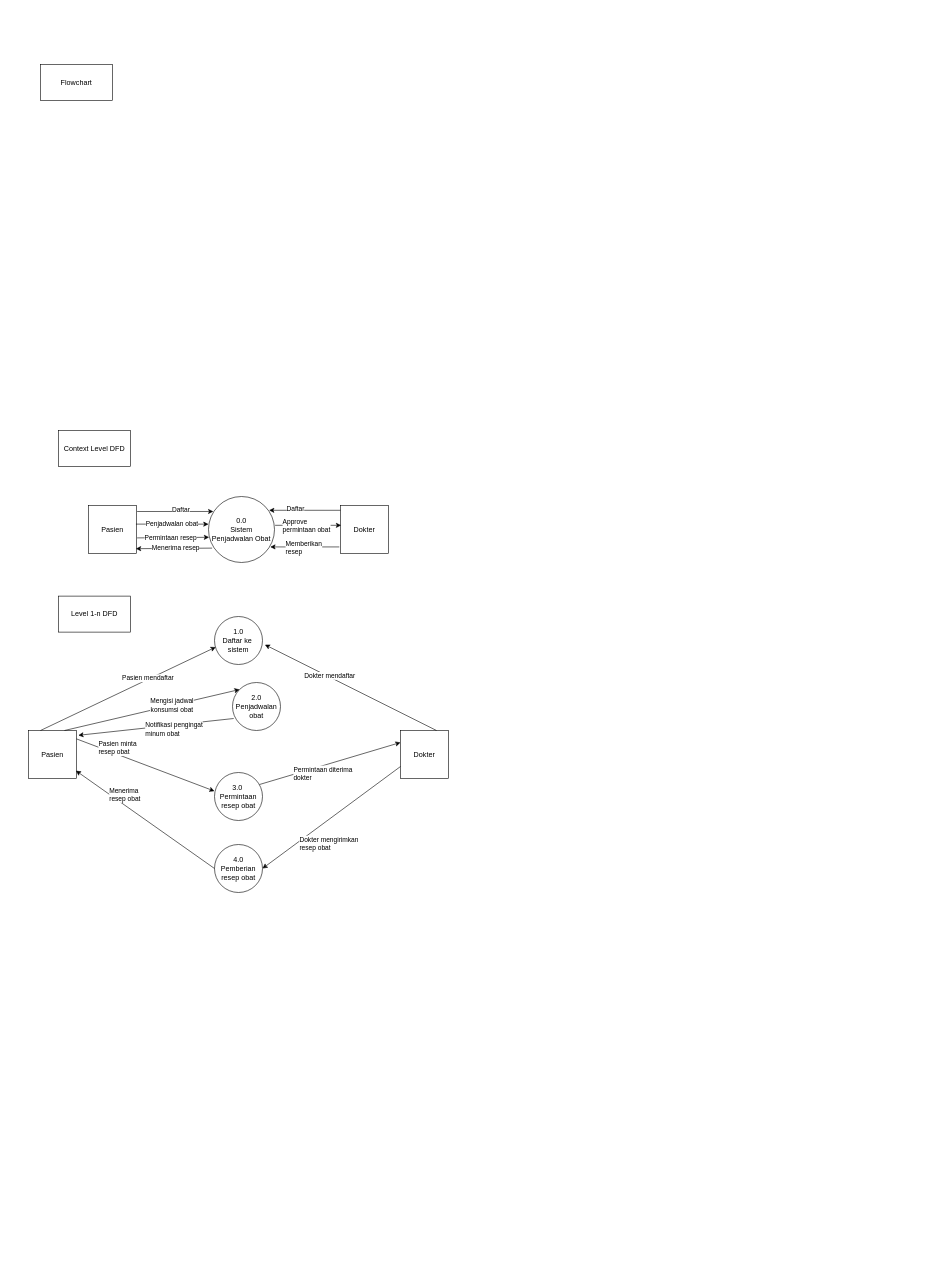
Above: page "Flowchart" (1 of 2) of Flowchart.drawio in WidadAbida/Praktikum-PPL (draw.io), before the change. Source tidied: cells renumbered, new cells numbered last; positions are measured from the earlier drawing's top-left corner, leaving out a move shared by most shapes. Both pictures are drawn from the tidied source at 60%, with x=0, y=0 at pixel (28, 64).
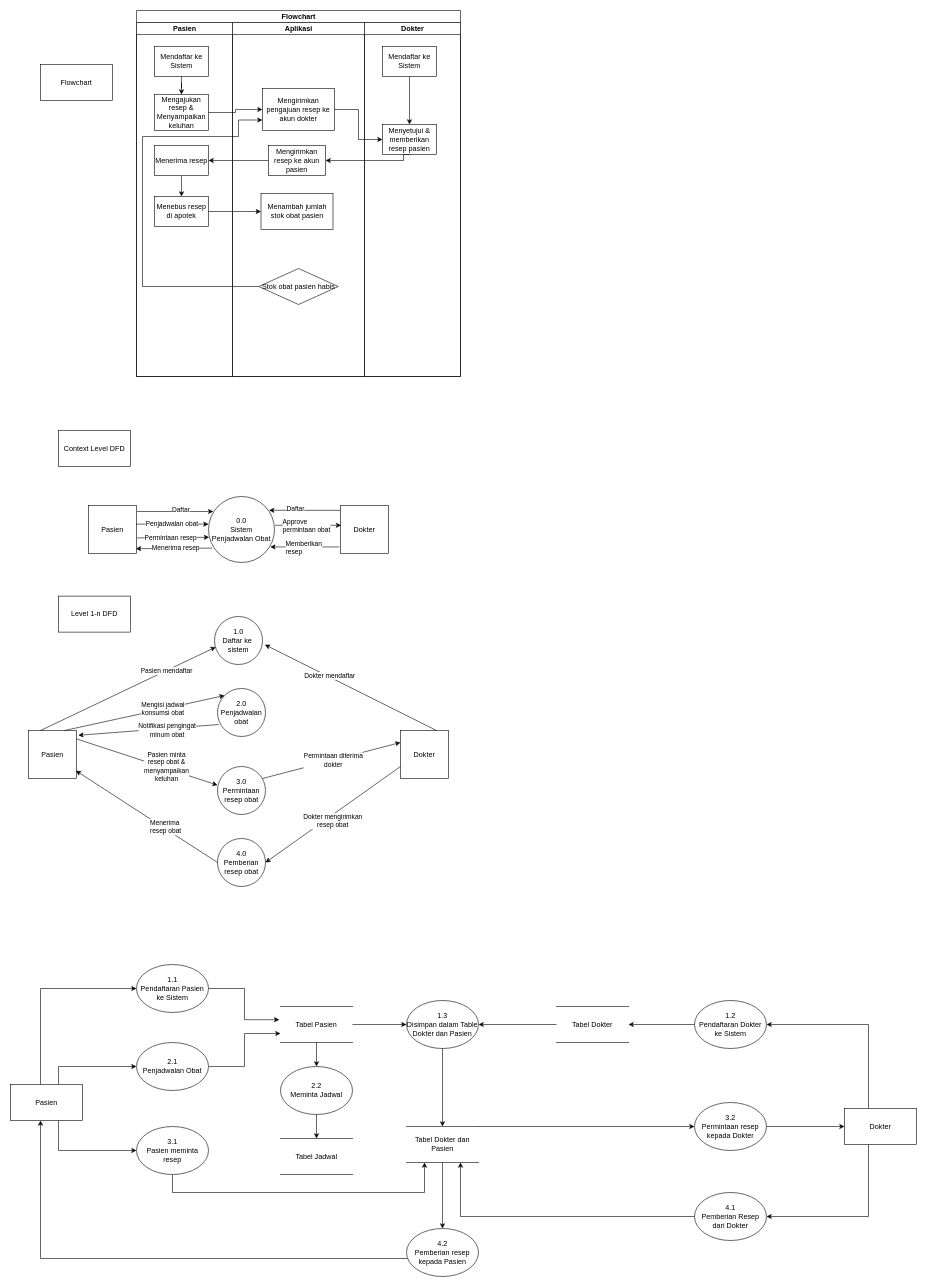
Above is the later version.

The change refers to these unchanged cells:
```xml
<mxCell id="23" style="endArrow=classic;html=1;exitX=1;exitY=0.175;exitDx=0;exitDy=0;exitPerimeter=0;entryX=0;entryY=0.388;entryDx=0;entryDy=0;entryPerimeter=0;" parent="1" edge="1" source="20" target="21">
  <mxGeometry relative="1" as="geometry" />
</mxCell>
<mxCell id="25" style="endArrow=classic;html=1;exitX=0.938;exitY=0.25;exitDx=0;exitDy=0;exitPerimeter=0;entryX=0;entryY=0.25;entryDx=0;entryDy=0;" parent="1" edge="1" source="21" target="22">
  <mxGeometry relative="1" as="geometry" />
</mxCell>
<mxCell id="28" style="endArrow=classic;html=1;exitX=0;exitY=0.75;exitDx=0;exitDy=0;entryX=1;entryY=0.5;entryDx=0;entryDy=0;" parent="1" edge="1" source="22" target="27">
  <mxGeometry relative="1" as="geometry" />
</mxCell>
<mxCell id="30" style="endArrow=classic;html=1;exitX=0;exitY=0.5;exitDx=0;exitDy=0;entryX=0.988;entryY=0.838;entryDx=0;entryDy=0;entryPerimeter=0;" parent="1" edge="1" source="27" target="20">
  <mxGeometry relative="1" as="geometry" />
</mxCell>
<mxCell id="33" style="endArrow=classic;html=1;exitX=0.25;exitY=0;exitDx=0;exitDy=0;entryX=0.025;entryY=0.638;entryDx=0;entryDy=0;entryPerimeter=0;" parent="1" edge="1" source="20" target="32">
  <mxGeometry relative="1" as="geometry" />
</mxCell>
<mxCell id="40" style="endArrow=classic;html=1;exitX=0.025;exitY=0.75;exitDx=0;exitDy=0;exitPerimeter=0;entryX=1.038;entryY=0.1;entryDx=0;entryDy=0;entryPerimeter=0;" parent="1" edge="1" source="37" target="20">
  <mxGeometry relative="1" as="geometry" />
</mxCell>
```

Diff of the diagram source:
```diff
@@
-    <mxCell id="21" value="3.0&amp;nbsp;&lt;br&gt;Permintaan&lt;br&gt;resep obat" style="ellipse;whiteSpace=wrap;html=1;align=center;" parent="1" vertex="1">
-      <mxGeometry x="310" y="1180" width="80" height="80" as="geometry" />
+    <mxCell id="21" value="3.0&lt;br&gt;Permintaan&lt;br&gt;resep obat" style="ellipse;whiteSpace=wrap;html=1;align=center;" parent="1" vertex="1">
+      <mxGeometry x="315" y="1170" width="80" height="80" as="geometry" />
     </mxCell>
@@
-    <mxCell id="24" value="Pasien minta&lt;br&gt;resep obat" style="edgeLabel;html=1;align=left;verticalAlign=middle;" parent="23" vertex="1">
-      <mxGeometry x="-0.69" y="-1" relative="1" as="geometry" />
+    <mxCell id="24" value="Pasien minta&lt;br&gt;resep obat &amp;amp;&lt;br&gt;menyampaikan&lt;br&gt;keluhan" style="edgeLabel;html=1;align=center;verticalAlign=middle;" parent="23" vertex="1">
+      <mxGeometry x="-0.69" y="-1" relative="1" as="geometry">
+        <mxPoint x="113.9" y="33.1" as="offset" />
+      </mxGeometry>
     </mxCell>
@@
-    <mxCell id="26" value="Permintaan diterima&lt;br&gt;dokter" style="edgeLabel;html=1;align=left;verticalAlign=middle;" parent="25" vertex="1">
-      <mxGeometry x="-0.53" y="2" relative="1" as="geometry" />
+    <mxCell id="26" value="Permintaan diterima&lt;br&gt;dokter" style="edgeLabel;html=1;align=center;verticalAlign=middle;" parent="25" vertex="1">
+      <mxGeometry x="-0.53" y="2" relative="1" as="geometry">
+        <mxPoint x="63.9" y="-14" as="offset" />
+      </mxGeometry>
     </mxCell>
     <mxCell id="27" value="4.0&lt;br&gt;Pemberian&lt;br&gt;resep obat" style="ellipse;whiteSpace=wrap;html=1;align=center;" parent="1" vertex="1">
-      <mxGeometry x="310" y="1300" width="80" height="80" as="geometry" />
+      <mxGeometry x="315" y="1290" width="80" height="80" as="geometry" />
     </mxCell>
@@
-    <mxCell id="29" value="Dokter mengirimkan&lt;br&gt;resep obat" style="edgeLabel;html=1;align=left;verticalAlign=middle;" parent="28" vertex="1">
-      <mxGeometry x="0.49" y="2" relative="1" as="geometry" />
+    <mxCell id="29" value="Dokter mengirimkan&lt;br&gt;resep obat" style="edgeLabel;html=1;align=center;verticalAlign=middle;" parent="28" vertex="1">
+      <mxGeometry x="0.49" y="2" relative="1" as="geometry">
+        <mxPoint x="53.4" y="-30.4" as="offset" />
+      </mxGeometry>
     </mxCell>
@@
     <mxCell id="31" value="Menerima&amp;nbsp;&lt;br&gt;resep obat" style="edgeLabel;html=1;align=left;verticalAlign=middle;" parent="30" vertex="1">
-      <mxGeometry x="0.53" y="1" relative="1" as="geometry" />
+      <mxGeometry x="0.53" y="1" relative="1" as="geometry">
+        <mxPoint x="66.7" y="56.6" as="offset" />
+      </mxGeometry>
     </mxCell>
@@
     <mxCell id="34" value="Pasien mendaftar" style="edgeLabel;html=1;align=center;verticalAlign=middle;" parent="33" vertex="1">
-      <mxGeometry x="0.23" y="2" relative="1" as="geometry" />
+      <mxGeometry x="0.23" y="2" relative="1" as="geometry">
+        <mxPoint x="31" y="-12.6" as="offset" />
+      </mxGeometry>
     </mxCell>
@@
     <mxCell id="37" value="2.0&lt;br&gt;Penjadwalan&lt;br&gt;obat" style="ellipse;whiteSpace=wrap;html=1;align=center;" parent="1" vertex="1">
-      <mxGeometry x="340" y="1030" width="80" height="80" as="geometry" />
+      <mxGeometry x="315" y="1040" width="80" height="80" as="geometry" />
     </mxCell>
@@
-    <mxCell id="41" value="Notifikasi pengingat&lt;br&gt;minum obat" style="edgeLabel;html=1;align=left;verticalAlign=middle;" parent="40" vertex="1">
-      <mxGeometry x="0.15" y="1" relative="1" as="geometry" />
+    <mxCell id="41" value="Notifikasi pengingat&lt;br&gt;minum obat" style="edgeLabel;html=1;align=center;verticalAlign=middle;" parent="40" vertex="1">
+      <mxGeometry x="0.15" y="1" relative="1" as="geometry">
+        <mxPoint x="48.4" y="-1.4" as="offset" />
+      </mxGeometry>
     </mxCell>
@@
+    <mxCell id="43" style="edgeStyle=orthogonalEdgeStyle;rounded=0;jettySize=auto;html=1;" parent="1" edge="1" source="46" target="48">
+      <mxGeometry relative="1" as="geometry">
+        <Array as="points">
+          <mxPoint x="20" y="1540" />
+        </Array>
+      </mxGeometry>
+    </mxCell>
+    <mxCell id="44" style="edgeStyle=orthogonalEdgeStyle;rounded=0;jettySize=auto;html=1;" parent="1" edge="1" source="46" target="53">
+      <mxGeometry relative="1" as="geometry">
+        <Array as="points">
+          <mxPoint x="50" y="1670" />
+        </Array>
+      </mxGeometry>
+    </mxCell>
+    <mxCell id="45" style="edgeStyle=orthogonalEdgeStyle;rounded=0;jettySize=auto;html=1;" parent="1" edge="1" source="46" target="70">
+      <mxGeometry relative="1" as="geometry">
+        <Array as="points">
+          <mxPoint x="50" y="1810" />
+        </Array>
+      </mxGeometry>
+    </mxCell>
+    <mxCell id="46" value="Pasien" style="whiteSpace=wrap;html=1;" parent="1" vertex="1">
+      <mxGeometry x="-30" y="1700" width="120" height="60" as="geometry" />
+    </mxCell>
+    <mxCell id="47" style="edgeStyle=orthogonalEdgeStyle;rounded=0;jettySize=auto;html=1;entryX=-0.017;entryY=0.367;entryDx=0;entryDy=0;entryPerimeter=0;" parent="1" edge="1" source="48" target="51">
+      <mxGeometry relative="1" as="geometry" />
+    </mxCell>
+    <mxCell id="48" value="1.1&lt;br&gt;Pendaftaran Pasien ke Sistem" style="ellipse;whiteSpace=wrap;html=1;" parent="1" vertex="1">
+      <mxGeometry x="180" y="1500" width="120" height="80" as="geometry" />
+    </mxCell>
+    <mxCell id="49" style="edgeStyle=orthogonalEdgeStyle;rounded=0;jettySize=auto;html=1;" parent="1" edge="1" source="51" target="55">
+      <mxGeometry relative="1" as="geometry">
+        <Array as="points">
+          <mxPoint x="480" y="1650" />
+          <mxPoint x="480" y="1650" />
+        </Array>
+      </mxGeometry>
+    </mxCell>
+    <mxCell id="50" style="edgeStyle=orthogonalEdgeStyle;rounded=0;jettySize=auto;html=1;" parent="1" edge="1" source="51" target="74">
+      <mxGeometry relative="1" as="geometry" />
+    </mxCell>
+    <mxCell id="51" value="Tabel Pasien" style="shape=partialRectangle;whiteSpace=wrap;html=1;left=0;right=0;fillColor=none;" parent="1" vertex="1">
+      <mxGeometry x="420" y="1570" width="120" height="60" as="geometry" />
+    </mxCell>
+    <mxCell id="52" style="edgeStyle=orthogonalEdgeStyle;rounded=0;jettySize=auto;html=1;entryX=0;entryY=0.75;entryDx=0;entryDy=0;" parent="1" edge="1" source="53" target="51">
+      <mxGeometry relative="1" as="geometry" />
+    </mxCell>
+    <mxCell id="53" value="2.1&lt;br&gt;Penjadwalan Obat" style="ellipse;whiteSpace=wrap;html=1;" parent="1" vertex="1">
+      <mxGeometry x="180" y="1630" width="120" height="80" as="geometry" />
+    </mxCell>
+    <mxCell id="54" style="edgeStyle=orthogonalEdgeStyle;rounded=0;jettySize=auto;html=1;" parent="1" edge="1" source="55" target="56">
+      <mxGeometry relative="1" as="geometry" />
+    </mxCell>
+    <mxCell id="55" value="2.2&lt;br&gt;Meminta Jadwal" style="ellipse;whiteSpace=wrap;html=1;fillColor=none;" parent="1" vertex="1">
+      <mxGeometry x="420" y="1670" width="120" height="80" as="geometry" />
+    </mxCell>
+    <mxCell id="56" value="Tabel Jadwal" style="shape=partialRectangle;whiteSpace=wrap;html=1;left=0;right=0;fillColor=none;" parent="1" vertex="1">
+      <mxGeometry x="420" y="1790" width="120" height="60" as="geometry" />
+    </mxCell>
+    <mxCell id="57" style="edgeStyle=orthogonalEdgeStyle;rounded=0;jettySize=auto;html=1;" parent="1" edge="1" source="58">
+      <mxGeometry relative="1" as="geometry">
+        <mxPoint x="20" y="1760" as="targetPoint" />
+        <Array as="points">
+          <mxPoint x="20" y="1990" />
+          <mxPoint x="20" y="1760" />
+        </Array>
+      </mxGeometry>
+    </mxCell>
+    <mxCell id="58" value="4.2&lt;br&gt;Pemberian resep kepada Pasien" style="ellipse;whiteSpace=wrap;html=1;" parent="1" vertex="1">
+      <mxGeometry x="630" y="1940" width="120" height="80" as="geometry" />
+    </mxCell>
+    <mxCell id="59" style="edgeStyle=orthogonalEdgeStyle;rounded=0;jettySize=auto;html=1;" parent="1" edge="1" source="61" target="63">
+      <mxGeometry relative="1" as="geometry">
+        <Array as="points">
+          <mxPoint x="1400" y="1600" />
+        </Array>
+      </mxGeometry>
+    </mxCell>
+    <mxCell id="60" style="edgeStyle=orthogonalEdgeStyle;rounded=0;jettySize=auto;html=1;" parent="1" edge="1" source="61" target="72">
+      <mxGeometry relative="1" as="geometry">
+        <Array as="points">
+          <mxPoint x="1400" y="1920" />
+        </Array>
+      </mxGeometry>
+    </mxCell>
+    <mxCell id="61" value="Dokter" style="whiteSpace=wrap;html=1;fillColor=none;" parent="1" vertex="1">
+      <mxGeometry x="1360" y="1740" width="120" height="60" as="geometry" />
+    </mxCell>
+    <mxCell id="62" style="edgeStyle=orthogonalEdgeStyle;rounded=0;jettySize=auto;html=1;entryX=1;entryY=0.5;entryDx=0;entryDy=0;" parent="1" edge="1" source="63" target="68">
+      <mxGeometry relative="1" as="geometry">
+        <Array as="points">
+          <mxPoint x="1110" y="1600" />
+        </Array>
+      </mxGeometry>
+    </mxCell>
+    <mxCell id="63" value="1.2&lt;br&gt;Pendaftaran Dokter ke Sistem" style="ellipse;whiteSpace=wrap;html=1;fillColor=none;" parent="1" vertex="1">
+      <mxGeometry x="1110" y="1560" width="120" height="80" as="geometry" />
+    </mxCell>
+    <mxCell id="64" style="edgeStyle=orthogonalEdgeStyle;rounded=0;jettySize=auto;html=1;entryX=0.5;entryY=0;entryDx=0;entryDy=0;" parent="1" edge="1" source="66" target="58">
+      <mxGeometry relative="1" as="geometry" />
+    </mxCell>
+    <mxCell id="65" style="edgeStyle=orthogonalEdgeStyle;rounded=0;jettySize=auto;html=1;" parent="1" edge="1" source="66" target="76">
+      <mxGeometry relative="1" as="geometry">
+        <Array as="points">
+          <mxPoint x="1090" y="1770" />
+          <mxPoint x="1090" y="1770" />
+        </Array>
+      </mxGeometry>
+    </mxCell>
+    <mxCell id="66" value="Tabel Dokter dan Pasien" style="shape=partialRectangle;whiteSpace=wrap;html=1;left=0;right=0;fillColor=none;" parent="1" vertex="1">
+      <mxGeometry x="630" y="1770" width="120" height="60" as="geometry" />
+    </mxCell>
+    <mxCell id="67" style="edgeStyle=orthogonalEdgeStyle;rounded=0;jettySize=auto;html=1;" parent="1" edge="1" source="68" target="74">
+      <mxGeometry relative="1" as="geometry" />
+    </mxCell>
+    <mxCell id="68" value="Tabel Dokter" style="shape=partialRectangle;whiteSpace=wrap;html=1;left=0;right=0;fillColor=none;" parent="1" vertex="1">
+      <mxGeometry x="880" y="1570" width="120" height="60" as="geometry" />
+    </mxCell>
+    <mxCell id="69" style="edgeStyle=orthogonalEdgeStyle;rounded=0;jettySize=auto;html=1;" parent="1" edge="1" source="70" target="66">
+      <mxGeometry relative="1" as="geometry">
+        <Array as="points">
+          <mxPoint x="240" y="1880" />
+          <mxPoint x="660" y="1880" />
+        </Array>
+      </mxGeometry>
+    </mxCell>
+    <mxCell id="70" value="3.1&lt;br&gt;Pasien meminta resep" style="ellipse;whiteSpace=wrap;html=1;" parent="1" vertex="1">
+      <mxGeometry x="180" y="1770" width="120" height="80" as="geometry" />
+    </mxCell>
+    <mxCell id="71" style="edgeStyle=orthogonalEdgeStyle;rounded=0;jettySize=auto;html=1;" parent="1" edge="1" source="72" target="66">
+      <mxGeometry relative="1" as="geometry">
+        <Array as="points">
+          <mxPoint x="720" y="1920" />
+        </Array>
+      </mxGeometry>
+    </mxCell>
+    <mxCell id="72" value="4.1&lt;br&gt;Pemberian Resep dari Dokter" style="ellipse;whiteSpace=wrap;html=1;fillColor=none;" parent="1" vertex="1">
+      <mxGeometry x="1110" y="1880" width="120" height="80" as="geometry" />
+    </mxCell>
+    <mxCell id="73" style="edgeStyle=orthogonalEdgeStyle;rounded=0;jettySize=auto;html=1;entryX=0.5;entryY=0;entryDx=0;entryDy=0;" parent="1" edge="1" source="74" target="66">
+      <mxGeometry relative="1" as="geometry" />
+    </mxCell>
+    <mxCell id="74" value="1.3&lt;br&gt;Disimpan dalam Table Dokter dan Pasien" style="ellipse;whiteSpace=wrap;html=1;fillColor=none;" parent="1" vertex="1">
+      <mxGeometry x="630" y="1560" width="120" height="80" as="geometry" />
+    </mxCell>
+    <mxCell id="75" style="edgeStyle=orthogonalEdgeStyle;rounded=0;jettySize=auto;html=1;" parent="1" edge="1" source="76" target="61">
+      <mxGeometry relative="1" as="geometry" />
+    </mxCell>
+    <mxCell id="76" value="3.2&lt;br&gt;Permintaan resep kepada Dokter" style="ellipse;whiteSpace=wrap;html=1;fillColor=none;" parent="1" vertex="1">
+      <mxGeometry x="1110" y="1730" width="120" height="80" as="geometry" />
+    </mxCell>
+    <mxCell id="77" value="Flowchart" style="swimlane;html=1;startSize=20;" parent="1" vertex="1">
+      <mxGeometry x="180" y="-90" width="540" height="610" as="geometry" />
+    </mxCell>
+    <mxCell id="78" value="Pasien" style="swimlane;html=1;startSize=20;" parent="77" vertex="1">
+      <mxGeometry y="20" width="160" height="590" as="geometry" />
+    </mxCell>
+    <mxCell id="79" style="edgeStyle=orthogonalEdgeStyle;rounded=0;jettySize=auto;html=1;entryX=0.5;entryY=0;entryDx=0;entryDy=0;" parent="78" edge="1" source="80" target="81">
+      <mxGeometry relative="1" as="geometry" />
+    </mxCell>
+    <mxCell id="80" value="Mendaftar ke Sistem" style="rounded=0;whiteSpace=wrap;html=1;" parent="78" vertex="1">
+      <mxGeometry x="30" y="40" width="90" height="50" as="geometry" />
+    </mxCell>
+    <mxCell id="81" value="Mengajukan resep &amp;amp; Menyampaikan keluhan" style="rounded=0;whiteSpace=wrap;html=1;" parent="78" vertex="1">
+      <mxGeometry x="30" y="120" width="90" height="60" as="geometry" />
+    </mxCell>
+    <mxCell id="82" style="edgeStyle=orthogonalEdgeStyle;rounded=0;jettySize=auto;html=1;exitX=0.5;exitY=1;exitDx=0;exitDy=0;entryX=0.5;entryY=0;entryDx=0;entryDy=0;" parent="78" edge="1" source="83" target="84">
+      <mxGeometry relative="1" as="geometry" />
+    </mxCell>
+    <mxCell id="83" value="Menerima resep" style="rounded=0;whiteSpace=wrap;html=1;" parent="78" vertex="1">
+      <mxGeometry x="30" y="205" width="90" height="50" as="geometry" />
+    </mxCell>
+    <mxCell id="84" value="Menebus resep di apotek" style="rounded=0;whiteSpace=wrap;html=1;" parent="78" vertex="1">
+      <mxGeometry x="30" y="290" width="90" height="50" as="geometry" />
+    </mxCell>
+    <mxCell id="85" value="Aplikasi" style="swimlane;html=1;startSize=20;" parent="77" vertex="1">
+      <mxGeometry x="160" y="20" width="220" height="590" as="geometry" />
+    </mxCell>
+    <mxCell id="86" value="Menambah jumlah stok obat pasien" style="rounded=0;whiteSpace=wrap;html=1;" parent="85" vertex="1">
+      <mxGeometry x="47.5" y="285" width="120" height="60" as="geometry" />
+    </mxCell>
+    <mxCell id="87" value="Mengirimkan pengajuan resep ke akun dokter" style="rounded=0;whiteSpace=wrap;html=1;" parent="85" vertex="1">
+      <mxGeometry x="50" y="110" width="120" height="70" as="geometry" />
+    </mxCell>
+    <mxCell id="88" value="Mengirimkan resep ke akun pasien" style="rounded=0;whiteSpace=wrap;html=1;" parent="85" vertex="1">
+      <mxGeometry x="60" y="205" width="95" height="50" as="geometry" />
+    </mxCell>
+    <mxCell id="89" style="edgeStyle=orthogonalEdgeStyle;rounded=0;jettySize=auto;html=1;exitX=0;exitY=0.5;exitDx=0;exitDy=0;entryX=0;entryY=0.75;entryDx=0;entryDy=0;" parent="85" edge="1" source="90" target="87">
+      <mxGeometry relative="1" as="geometry">
+        <Array as="points">
+          <mxPoint x="-150" y="440" />
+          <mxPoint x="-150" y="190" />
+          <mxPoint x="10" y="190" />
+          <mxPoint x="10" y="163" />
+        </Array>
+      </mxGeometry>
+    </mxCell>
+    <mxCell id="90" value="Stok obat pasien habis" style="rhombus;whiteSpace=wrap;html=1;" parent="85" vertex="1">
+      <mxGeometry x="43.8" y="410" width="132.5" height="60" as="geometry" />
+    </mxCell>
+    <mxCell id="91" value="Dokter" style="swimlane;html=1;startSize=20;" parent="77" vertex="1">
+      <mxGeometry x="380" y="20" width="160" height="590" as="geometry" />
+    </mxCell>
+    <mxCell id="92" style="edgeStyle=orthogonalEdgeStyle;rounded=0;jettySize=auto;html=1;exitX=0.5;exitY=1;exitDx=0;exitDy=0;entryX=0.5;entryY=0;entryDx=0;entryDy=0;" parent="91" edge="1" source="93" target="94">
+      <mxGeometry relative="1" as="geometry" />
+    </mxCell>
+    <mxCell id="93" value="Mendaftar ke Sistem" style="rounded=0;whiteSpace=wrap;html=1;" parent="91" vertex="1">
+      <mxGeometry x="30" y="40" width="90" height="50" as="geometry" />
+    </mxCell>
+    <mxCell id="94" value="Menyetujui &amp;amp; memberikan resep pasien" style="rounded=0;whiteSpace=wrap;html=1;" parent="91" vertex="1">
+      <mxGeometry x="30" y="170" width="90" height="50" as="geometry" />
+    </mxCell>
+    <mxCell id="95" style="edgeStyle=orthogonalEdgeStyle;rounded=0;jettySize=auto;html=1;exitX=1;exitY=0.5;exitDx=0;exitDy=0;entryX=0;entryY=0.5;entryDx=0;entryDy=0;" parent="77" edge="1" source="81" target="87">
+      <mxGeometry relative="1" as="geometry" />
+    </mxCell>
+    <mxCell id="96" style="edgeStyle=orthogonalEdgeStyle;rounded=0;jettySize=auto;html=1;exitX=1;exitY=0.5;exitDx=0;exitDy=0;entryX=0;entryY=0.5;entryDx=0;entryDy=0;" parent="77" edge="1" source="87" target="94">
+      <mxGeometry relative="1" as="geometry" />
+    </mxCell>
+    <mxCell id="97" style="edgeStyle=orthogonalEdgeStyle;rounded=0;jettySize=auto;html=1;exitX=0.5;exitY=1;exitDx=0;exitDy=0;entryX=1;entryY=0.5;entryDx=0;entryDy=0;" parent="77" edge="1" source="94" target="88">
+      <mxGeometry relative="1" as="geometry">
+        <Array as="points">
+          <mxPoint x="445" y="250" />
+        </Array>
+      </mxGeometry>
+    </mxCell>
+    <mxCell id="98" style="edgeStyle=orthogonalEdgeStyle;rounded=0;jettySize=auto;html=1;exitX=0;exitY=0.5;exitDx=0;exitDy=0;entryX=1;entryY=0.5;entryDx=0;entryDy=0;" parent="77" edge="1" source="88" target="83">
+      <mxGeometry relative="1" as="geometry" />
+    </mxCell>
+    <mxCell id="99" style="edgeStyle=orthogonalEdgeStyle;rounded=0;jettySize=auto;html=1;exitX=1;exitY=0.5;exitDx=0;exitDy=0;entryX=0;entryY=0.5;entryDx=0;entryDy=0;" parent="77" edge="1" source="84" target="86">
+      <mxGeometry relative="1" as="geometry" />
+    </mxCell>
```
